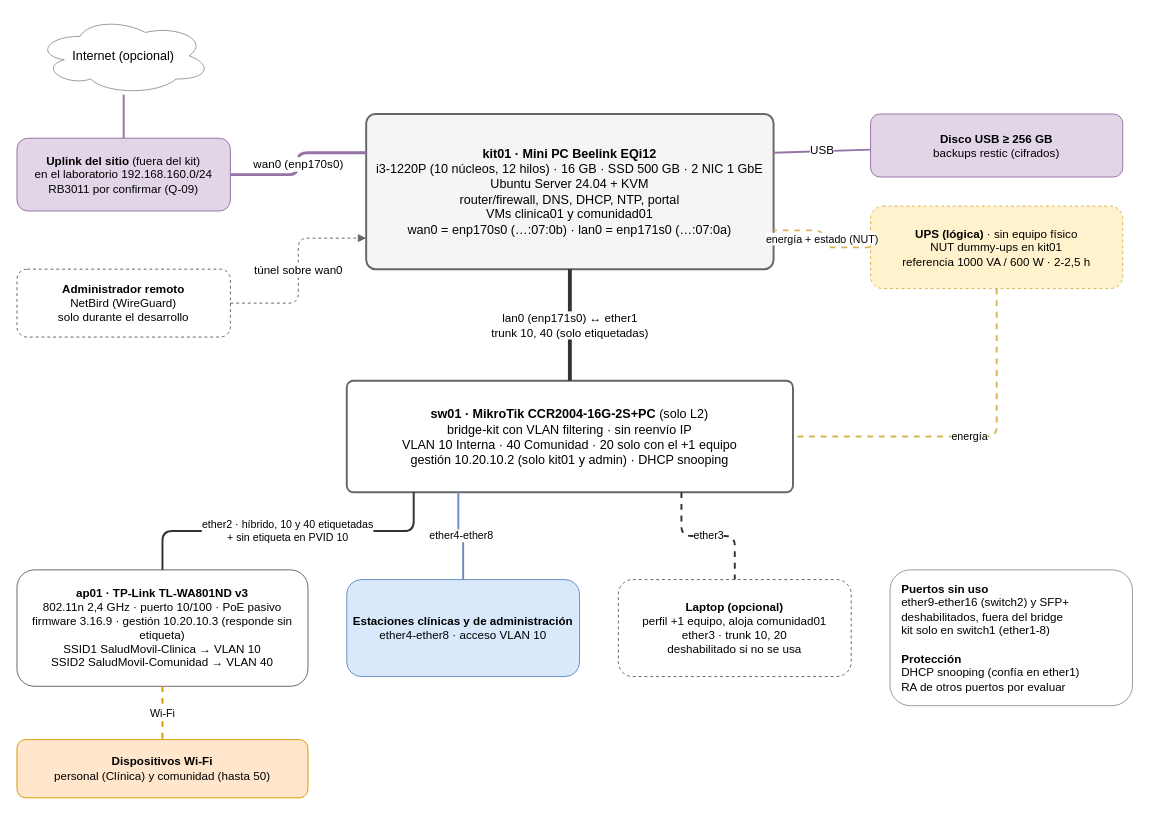
This is diagramas/diagrama-fisico.drawio from kitsalud-movil-plats1/docs, a draw.io file, before an edit. Source tidied: cells renumbered, new cells numbered last; positions are measured from the earlier drawing's top-left corner, leaving out a move shared by most shapes. Both pictures are drawn from the tidied source at 97%, with x=0, y=0 at pixel (16, 16).
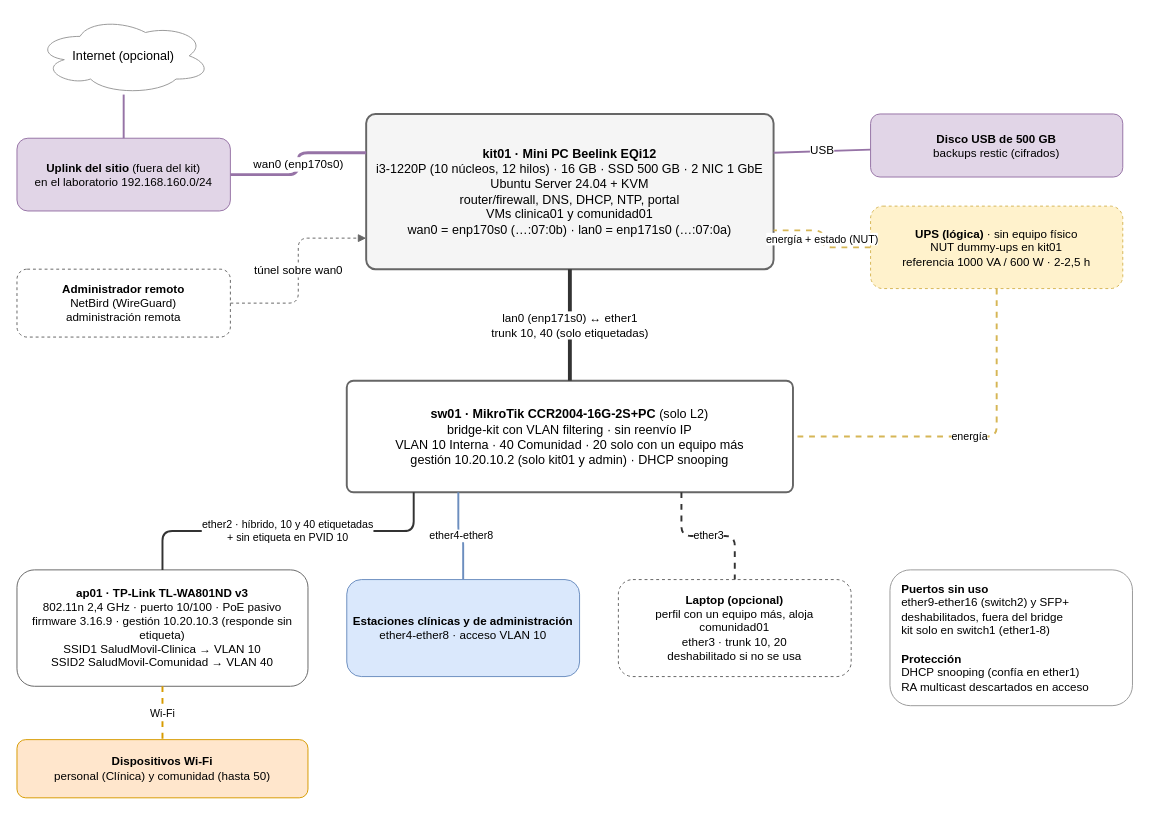
Above is the later version.

Commit message (it also covers changes not shown here):
Convierte el documento de arquitectura en un entregable limpio

What changed in the source:
```diff
@@
-    <mxCell id="3" value="&lt;b&gt;Uplink del sitio&lt;/b&gt; (fuera del kit)&lt;br&gt;en el laboratorio 192.168.160.0/24&lt;br&gt;RB3011 por confirmar (Q-09)" style="rounded=1;whiteSpace=wrap;html=1;fillColor=#e1d5e7;strokeColor=#9673a6;fontSize=12;" parent="1" vertex="1">
+    <mxCell id="3" value="&lt;b&gt;Uplink del sitio&lt;/b&gt; (fuera del kit)&lt;br&gt;en el laboratorio 192.168.160.0/24" style="rounded=1;whiteSpace=wrap;html=1;fillColor=#e1d5e7;strokeColor=#9673a6;fontSize=12;" parent="1" vertex="1">
       <mxGeometry y="125" width="220" height="75" as="geometry" />
     </mxCell>
-    <mxCell id="4" value="&lt;b&gt;Administrador remoto&lt;/b&gt;&lt;br&gt;NetBird (WireGuard)&lt;br&gt;solo durante el desarrollo" style="rounded=1;whiteSpace=wrap;html=1;dashed=1;fillColor=#FFFFFF;strokeColor=#666666;fontSize=12;" parent="1" vertex="1">
+    <mxCell id="4" value="&lt;b&gt;Administrador remoto&lt;/b&gt;&lt;br&gt;NetBird (WireGuard)&lt;br&gt;administración remota" style="rounded=1;whiteSpace=wrap;html=1;dashed=1;fillColor=#FFFFFF;strokeColor=#666666;fontSize=12;" parent="1" vertex="1">
       <mxGeometry y="260" width="220" height="70" as="geometry" />
     </mxCell>
@@
-    <mxCell id="6" value="&lt;b&gt;Disco USB ≥ 256 GB&lt;/b&gt;&lt;br&gt;backups restic (cifrados)" style="rounded=1;whiteSpace=wrap;html=1;fillColor=#e1d5e7;strokeColor=#9673a6;fontSize=12;" parent="1" vertex="1">
+    <mxCell id="6" value="&lt;b&gt;Disco USB de 500 GB&lt;/b&gt;&lt;br&gt;backups restic (cifrados)" style="rounded=1;whiteSpace=wrap;html=1;fillColor=#e1d5e7;strokeColor=#9673a6;fontSize=12;" parent="1" vertex="1">
       <mxGeometry x="880" y="100" width="260" height="65" as="geometry" />
     </mxCell>
@@
-    <mxCell id="8" value="&lt;b&gt;sw01 · MikroTik CCR2004-16G-2S+PC&lt;/b&gt; (solo L2)&lt;br&gt;bridge-kit con VLAN filtering · sin reenvío IP&lt;br&gt;VLAN 10 Interna · 40 Comunidad · 20 solo con el +1 equipo&lt;br&gt;gestión 10.20.10.2 (solo kit01 y admin) · DHCP snooping" style="rounded=1;arcSize=6;whiteSpace=wrap;html=1;fillColor=#FFFFFF;strokeColor=#666666;fontSize=13;strokeWidth=2;" parent="1" vertex="1">
+    <mxCell id="8" value="&lt;b&gt;sw01 · MikroTik CCR2004-16G-2S+PC&lt;/b&gt; (solo L2)&lt;br&gt;bridge-kit con VLAN filtering · sin reenvío IP&lt;br&gt;VLAN 10 Interna · 40 Comunidad · 20 solo con un equipo más&lt;br&gt;gestión 10.20.10.2 (solo kit01 y admin) · DHCP snooping" style="rounded=1;arcSize=6;whiteSpace=wrap;html=1;fillColor=#FFFFFF;strokeColor=#666666;fontSize=13;strokeWidth=2;" parent="1" vertex="1">
       <mxGeometry x="340" y="375" width="460" height="115" as="geometry" />
     </mxCell>
@@
-    <mxCell id="11" value="&lt;b&gt;Laptop (opcional)&lt;/b&gt;&lt;br&gt;perfil +1 equipo, aloja comunidad01&lt;br&gt;ether3 · trunk 10, 20&lt;br&gt;deshabilitado si no se usa" style="rounded=1;whiteSpace=wrap;html=1;dashed=1;fillColor=#FFFFFF;strokeColor=#666666;fontSize=12;" parent="1" vertex="1">
+    <mxCell id="11" value="&lt;b&gt;Laptop (opcional)&lt;/b&gt;&lt;br&gt;perfil con un equipo más, aloja comunidad01&lt;br&gt;ether3 · trunk 10, 20&lt;br&gt;deshabilitado si no se usa" style="rounded=1;whiteSpace=wrap;html=1;dashed=1;fillColor=#FFFFFF;strokeColor=#666666;fontSize=12;" parent="1" vertex="1">
       <mxGeometry x="620" y="580" width="240" height="100" as="geometry" />
     </mxCell>
-    <mxCell id="12" value="&lt;b&gt;Puertos sin uso&lt;/b&gt;&lt;br&gt;ether9-ether16 (switch2) y SFP+&lt;br&gt;deshabilitados, fuera del bridge&lt;br&gt;kit solo en switch1 (ether1-8)&lt;br&gt;&lt;br&gt;&lt;b&gt;Protección&lt;/b&gt;&lt;br&gt;DHCP snooping (confía en ether1)&lt;br&gt;RA de otros puertos por evaluar" style="rounded=1;whiteSpace=wrap;html=1;fillColor=#FFFFFF;strokeColor=#999999;fontSize=12;align=left;spacingLeft=10;" parent="1" vertex="1">
+    <mxCell id="12" value="&lt;b&gt;Puertos sin uso&lt;/b&gt;&lt;br&gt;ether9-ether16 (switch2) y SFP+&lt;br&gt;deshabilitados, fuera del bridge&lt;br&gt;kit solo en switch1 (ether1-8)&lt;br&gt;&lt;br&gt;&lt;b&gt;Protección&lt;/b&gt;&lt;br&gt;DHCP snooping (confía en ether1)&lt;br&gt;RA multicast descartados en acceso" style="rounded=1;whiteSpace=wrap;html=1;fillColor=#FFFFFF;strokeColor=#999999;fontSize=12;align=left;spacingLeft=10;" parent="1" vertex="1">
       <mxGeometry x="900" y="570" width="250" height="140" as="geometry" />
     </mxCell>
```
